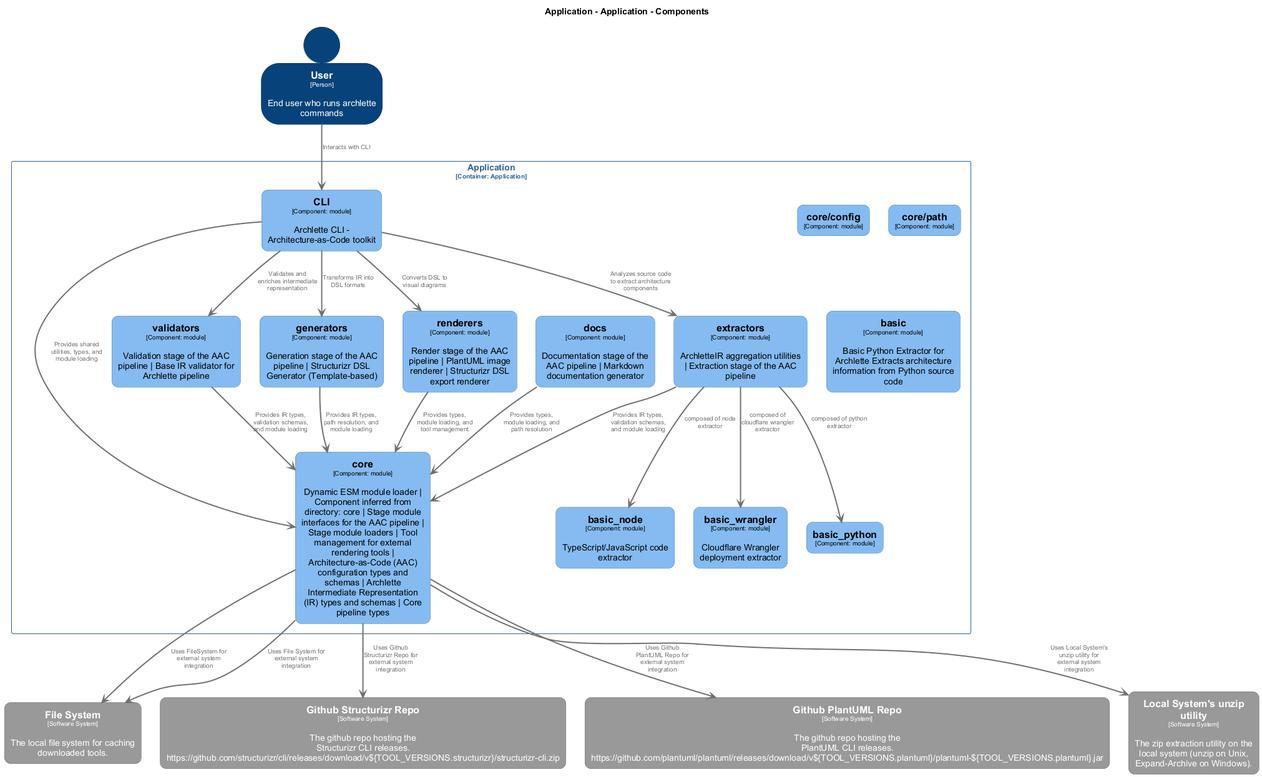
Earlier version of the PlantUML export docs/architecture/diagrams/structurizr-Components_Application.png (chrislyons-dev/archlette).
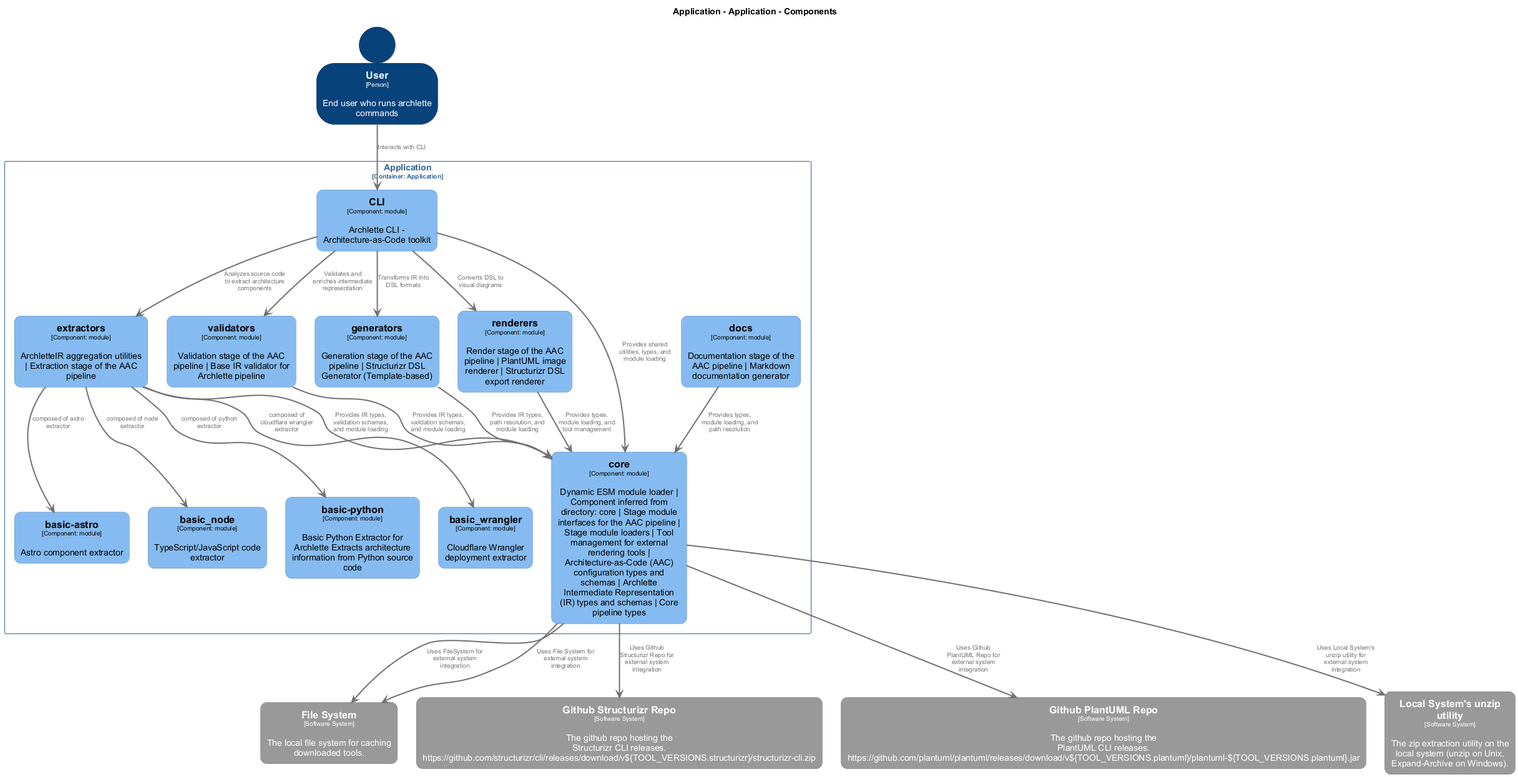
The same diagram one commit later.

Change to the diagram source:
```diff
@@ -64,7 +64,14 @@
   BorderColor #052e56
   shadowing false
 }
-skinparam rectangle<<Application.Application.basic>> {
+skinparam rectangle<<Application.Application.basicastro>> {
+  BackgroundColor #85bbf0
+  FontColor #000000
+  BorderColor #5d82a8
+  roundCorner 20
+  shadowing false
+}
+skinparam rectangle<<Application.Application.basicpython>> {
   BackgroundColor #85bbf0
   FontColor #000000
   BorderColor #5d82a8
@@ -72,13 +79,6 @@
   shadowing false
 }
 skinparam rectangle<<Application.Application.basic_node>> {
-  BackgroundColor #85bbf0
-  FontColor #000000
-  BorderColor #5d82a8
-  roundCorner 20
-  shadowing false
-}
-skinparam rectangle<<Application.Application.basic_python>> {
   BackgroundColor #85bbf0
   FontColor #000000
   BorderColor #5d82a8
@@ -93,20 +93,6 @@
   shadowing false
 }
 skinparam rectangle<<Application.Application.core>> {
-  BackgroundColor #85bbf0
-  FontColor #000000
-  BorderColor #5d82a8
-  roundCorner 20
-  shadowing false
-}
-skinparam rectangle<<Application.Application.coreconfig>> {
-  BackgroundColor #85bbf0
-  FontColor #000000
-  BorderColor #5d82a8
-  roundCorner 20
-  shadowing false
-}
-skinparam rectangle<<Application.Application.corepath>> {
   BackgroundColor #85bbf0
   FontColor #000000
   BorderColor #5d82a8
@@ -167,13 +153,11 @@
   rectangle "==generators\n<size:10>[Component: module]</size>\n\nGeneration stage of the AAC pipeline | Structurizr DSL Generator (Template-based)" <<Application.Application.generators>> as Application.Application.generators
   rectangle "==renderers\n<size:10>[Component: module]</size>\n\nRender stage of the AAC pipeline | PlantUML image renderer | Structurizr DSL export renderer" <<Application.Application.renderers>> as Application.Application.renderers
   rectangle "==docs\n<size:10>[Component: module]</size>\n\nDocumentation stage of the AAC pipeline | Markdown documentation generator" <<Application.Application.docs>> as Application.Application.docs
-  rectangle "==core/config\n<size:10>[Component: module]</size>" <<Application.Application.coreconfig>> as Application.Application.coreconfig
   rectangle "==core\n<size:10>[Component: module]</size>\n\nDynamic ESM module loader | Component inferred from directory: core | Stage module interfaces for the AAC pipeline | Stage module loaders | Tool management for external rendering tools | Architecture-as-Code (AAC) configuration types and schemas | Archlette Intermediate Representation (IR) types and schemas | Core pipeline types" <<Application.Application.core>> as Application.Application.core
-  rectangle "==core/path\n<size:10>[Component: module]</size>" <<Application.Application.corepath>> as Application.Application.corepath
+  rectangle "==basic-astro\n<size:10>[Component: module]</size>\n\nAstro component extractor" <<Application.Application.basicastro>> as Application.Application.basicastro
   rectangle "==basic_node\n<size:10>[Component: module]</size>\n\nTypeScript/JavaScript code extractor" <<Application.Application.basic_node>> as Application.Application.basic_node
-  rectangle "==basic\n<size:10>[Component: module]</size>\n\nBasic Python Extractor for Archlette Extracts architecture information from Python source code" <<Application.Application.basic>> as Application.Application.basic
+  rectangle "==basic-python\n<size:10>[Component: module]</size>\n\nBasic Python Extractor for Archlette Extracts architecture information from Python source code" <<Application.Application.basicpython>> as Application.Application.basicpython
   rectangle "==basic_wrangler\n<size:10>[Component: module]</size>\n\nCloudflare Wrangler deployment extractor" <<Application.Application.basic_wrangler>> as Application.Application.basic_wrangler
-  rectangle "==basic_python\n<size:10>[Component: module]</size>" <<Application.Application.basic_python>> as Application.Application.basic_python
   rectangle "==CLI\n<size:10>[Component: module]</size>\n\nArchlette CLI - Architecture-as-Code toolkit" <<Application.Application.CLI>> as Application.Application.CLI
 }
 
@@ -183,8 +167,9 @@
 Application.Application.CLI -[#707070,thickness=2]-> Application.Application.renderers : "<color:#707070>Converts DSL to visual diagrams"
 Application.Application.CLI -[#707070,thickness=2]-> Application.Application.core : "<color:#707070>Provides shared utilities, types, and module loading"
 Application.Application.extractors -[#707070,thickness=2]-> Application.Application.core : "<color:#707070>Provides IR types, validation schemas, and module loading"
+Application.Application.extractors -[#707070,thickness=2]-> Application.Application.basicastro : "<color:#707070>composed of astro extractor"
 Application.Application.extractors -[#707070,thickness=2]-> Application.Application.basic_node : "<color:#707070>composed of node extractor"
-Application.Application.extractors -[#707070,thickness=2]-> Application.Application.basic_python : "<color:#707070>composed of python extractor"
+Application.Application.extractors -[#707070,thickness=2]-> Application.Application.basicpython : "<color:#707070>composed of python extractor"
 Application.Application.extractors -[#707070,thickness=2]-> Application.Application.basic_wrangler : "<color:#707070>composed of cloudflare wrangler extractor"
 Application.Application.validators -[#707070,thickness=2]-> Application.Application.core : "<color:#707070>Provides IR types, validation schemas, and module loading"
 Application.Application.generators -[#707070,thickness=2]-> Application.Application.core : "<color:#707070>Provides IR types, path resolution, and module loading"
```
